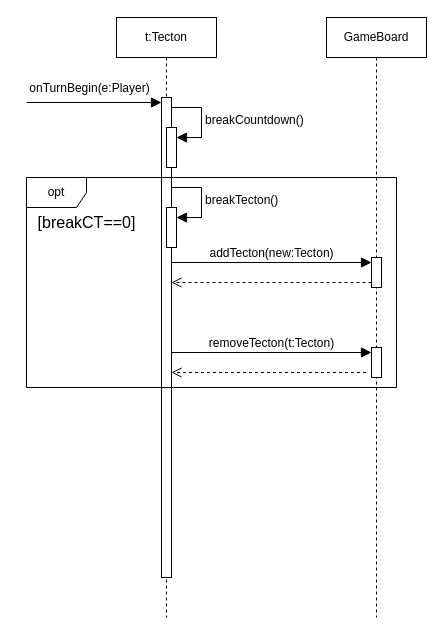
This is page "Tecton" (2 of 8) of GameManager_SequenceDiagram.drawio from koharzsombor/bandITs, a draw.io file, before an edit. Source tidied: cells renumbered, new cells numbered last; positions are measured from the earlier drawing's top-left corner, leaving out a move shared by most shapes. Both pictures are drawn from the tidied source at 100%, with x=0, y=0 at pixel (26, 17).
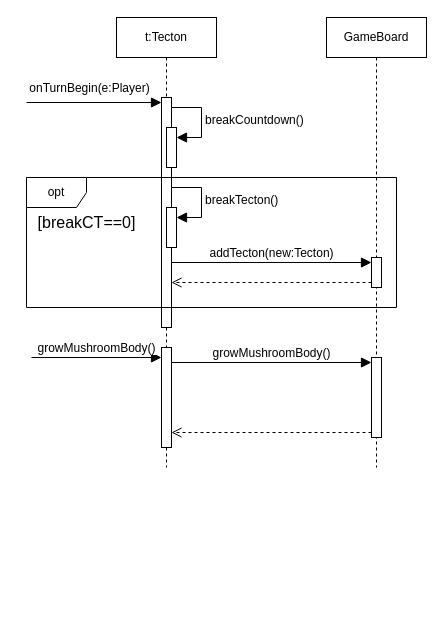
Above is the later version.

The edit, as a diff of the source:
```diff
@@
     <mxCell id="2" value="t:Tecton" style="shape=umlLifeline;perimeter=lifelinePerimeter;whiteSpace=wrap;html=1;newEdgeStyle={&quot;curved&quot;:0,&quot;rounded&quot;:0};" parent="1" vertex="1">
-      <mxGeometry x="90" width="100" height="600" as="geometry" />
+      <mxGeometry x="90" width="100" height="450" as="geometry" />
     </mxCell>
     <mxCell id="3" style="html=1;points=[[0,0,0,0,5],[0,1,0,0,-5],[1,0,0,0,5],[1,1,0,0,-5]];perimeter=orthogonalPerimeter;outlineConnect=0;targetShapes=umlLifeline;portConstraint=eastwest;newEdgeStyle={&quot;curved&quot;:0,&quot;rounded&quot;:0};" parent="2" vertex="1">
-      <mxGeometry x="45" y="80" width="10" height="480" as="geometry" />
+      <mxGeometry x="45" y="80" width="10" height="230" as="geometry" />
     </mxCell>
@@
     <mxCell id="7" value="opt" style="shape=umlFrame;whiteSpace=wrap;html=1;" parent="1" vertex="1">
-      <mxGeometry y="160" width="370" height="210" as="geometry" />
+      <mxGeometry y="160" width="370" height="130" as="geometry" />
     </mxCell>
@@
     <mxCell id="9" value="GameBoard" style="shape=umlLifeline;perimeter=lifelinePerimeter;whiteSpace=wrap;html=1;newEdgeStyle={&quot;curved&quot;:0,&quot;rounded&quot;:0};" parent="1" vertex="1">
-      <mxGeometry x="300" width="100" height="600" as="geometry" />
+      <mxGeometry x="300" width="100" height="450" as="geometry" />
     </mxCell>
@@
-    <mxCell id="11" style="html=1;points=[[0,0,0,0,5],[0,1,0,0,-5],[1,0,0,0,5],[1,1,0,0,-5]];perimeter=orthogonalPerimeter;outlineConnect=0;targetShapes=umlLifeline;portConstraint=eastwest;newEdgeStyle={&quot;curved&quot;:0,&quot;rounded&quot;:0};" parent="9" vertex="1">
-      <mxGeometry x="45" y="330" width="10" height="30" as="geometry" />
-    </mxCell>
-    <mxCell id="12" style="html=1;verticalAlign=bottom;endArrow=open;dashed=1;endSize=8;curved=0;rounded=0;fontSize=12;" parent="9" edge="1" target="3">
-      <mxGeometry y="-10" relative="1" as="geometry">
-        <mxPoint x="39.5" y="355" as="sourcePoint" />
-      </mxGeometry>
-    </mxCell>
@@
-    <mxCell id="17" value="removeTecton(t:Tecton)" style="html=1;verticalAlign=bottom;endArrow=block;curved=0;rounded=0;entryX=0;entryY=0;entryDx=0;entryDy=5;fontSize=12;startSize=8;endSize=8;" parent="1" edge="1" source="3" target="11">
-      <mxGeometry relative="1" as="geometry" />
-    </mxCell>
+    <mxCell id="18" style="html=1;points=[[0,0,0,0,5],[0,1,0,0,-5],[1,0,0,0,5],[1,1,0,0,-5]];perimeter=orthogonalPerimeter;outlineConnect=0;targetShapes=umlLifeline;portConstraint=eastwest;newEdgeStyle={&quot;curved&quot;:0,&quot;rounded&quot;:0};" parent="1" vertex="1">
+      <mxGeometry x="135" y="330" width="10" height="100" as="geometry" />
+    </mxCell>
+    <mxCell id="19" value="growMushroomBody()" style="html=1;verticalAlign=bottom;endArrow=block;curved=0;rounded=0;fontSize=12;startSize=8;endSize=8;" parent="1" edge="1">
+      <mxGeometry relative="1" as="geometry">
+        <mxPoint x="5" y="340" as="sourcePoint" />
+        <mxPoint x="135" y="340" as="targetPoint" />
+      </mxGeometry>
+    </mxCell>
+    <mxCell id="20" value="growMushroomBody()" style="html=1;verticalAlign=bottom;endArrow=block;curved=0;rounded=0;entryX=0;entryY=0;entryDx=0;entryDy=5;fontSize=12;startSize=8;endSize=8;" parent="1" edge="1" source="18" target="22">
+      <mxGeometry relative="1" as="geometry" />
+    </mxCell>
+    <mxCell id="21" style="html=1;verticalAlign=bottom;endArrow=open;dashed=1;endSize=8;curved=0;rounded=0;exitX=0;exitY=1;exitDx=0;exitDy=-5;fontSize=12;" parent="1" edge="1" source="22">
+      <mxGeometry relative="1" as="geometry">
+        <mxPoint x="145" y="415" as="targetPoint" />
+      </mxGeometry>
+    </mxCell>
+    <mxCell id="22" style="html=1;points=[[0,0,0,0,5],[0,1,0,0,-5],[1,0,0,0,5],[1,1,0,0,-5]];perimeter=orthogonalPerimeter;outlineConnect=0;targetShapes=umlLifeline;portConstraint=eastwest;newEdgeStyle={&quot;curved&quot;:0,&quot;rounded&quot;:0};" parent="1" vertex="1">
+      <mxGeometry x="345" y="340" width="10" height="80" as="geometry" />
+    </mxCell>
```
